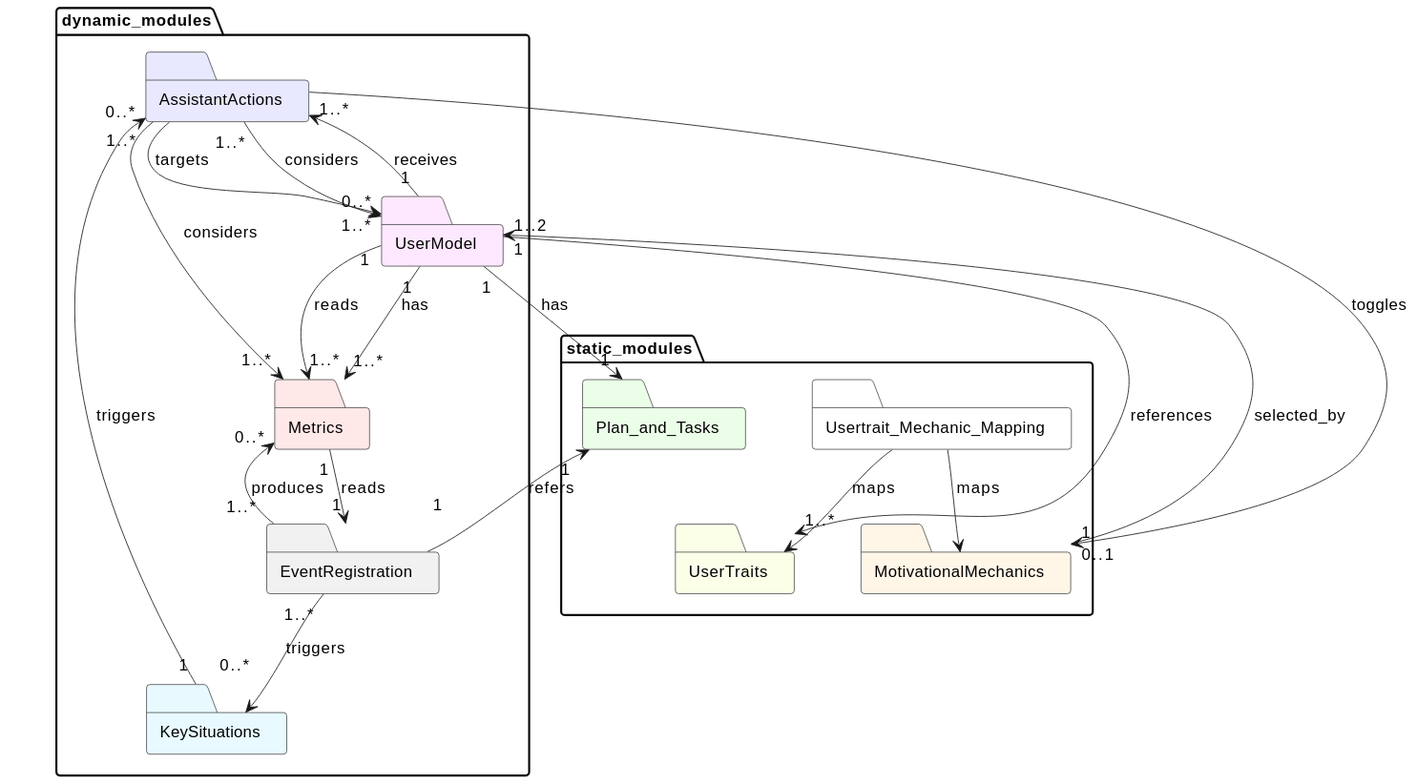
The PlantUML diagram out/UML_HighLevel/master_highlevel/master_highlevel.svg in Maks-stack/ontology, before a commit. The source it was exported from:
```plantuml
@startuml
skinparam shadowing false
hide stereotype
hide empty members
skinparam nodesep 50
skinparam ranksep 40
skinparam ArrowThickness 0.6
skinparam defaultFontSize 12
skinparam FolderBorderColor #333333
skinparam FolderBackgroundColor #ffffff
skinparam folder<<dynamic>> BackgroundColor #fff7e6
skinparam folder<<dynamic>> BorderColor #d46b08
skinparam folder<<static>> BackgroundColor #f0f5ff
skinparam folder<<static>> BorderColor #1d39c4

package static_modules {
  folder "MotivationalMechanics" as MotivationalMechanics <<static>> #fff6e8
  folder "Usertrait_Mechanic_Mapping" as Usertrait_Mechanic_Mapping <<static>> #ffffff
  folder "Plan_and_Tasks" as Plan_and_Tasks <<static>> #ebffe8ff
  folder "UserTraits" as UserTraits <<static>> #fcffe8ff
}
package dynamic_modules {
  folder "AssistantActions" as AssistantActions <<dynamic>> #e8e8ff
  folder "EventRegistration" as EventRegistration <<dynamic>> #f1f1f1
  folder "KeySituations" as KeySituations <<dynamic>> #e8faff
  folder "Metrics" as Metrics <<dynamic>> #ffe8e8
  folder "UserModel" as UserModel <<dynamic>> #fde8ffff
}


AssistantActions --> "0..1" MotivationalMechanics : toggles
Usertrait_Mechanic_Mapping --> MotivationalMechanics : maps
Usertrait_Mechanic_Mapping --> UserTraits : maps
MotivationalMechanics "1" --> "1..2" UserModel : selected_by
AssistantActions --> "0..*" UserModel : targets
AssistantActions "1..*" --> "1..*" Metrics : considers
AssistantActions "1..*" --> "1..*" UserModel : considers
EventRegistration "1..*" --> "0..*" KeySituations : triggers
EventRegistration "1..*" --> "0..*" Metrics : produces
KeySituations "1" --> "0..*" AssistantActions : triggers
UserModel "1" --> "1..*" Metrics : reads
UserModel "1" --> "1..*" UserTraits : references
UserModel "1" --> "1..*" Metrics : has
UserModel "1" --> "1..*" AssistantActions : receives
UserModel "1" --> "1" Plan_and_Tasks : "has"
EventRegistration "1" --> "1" Plan_and_Tasks : "refers"
Metrics "1" --> "1" EventRegistration : "reads"
@enduml
```
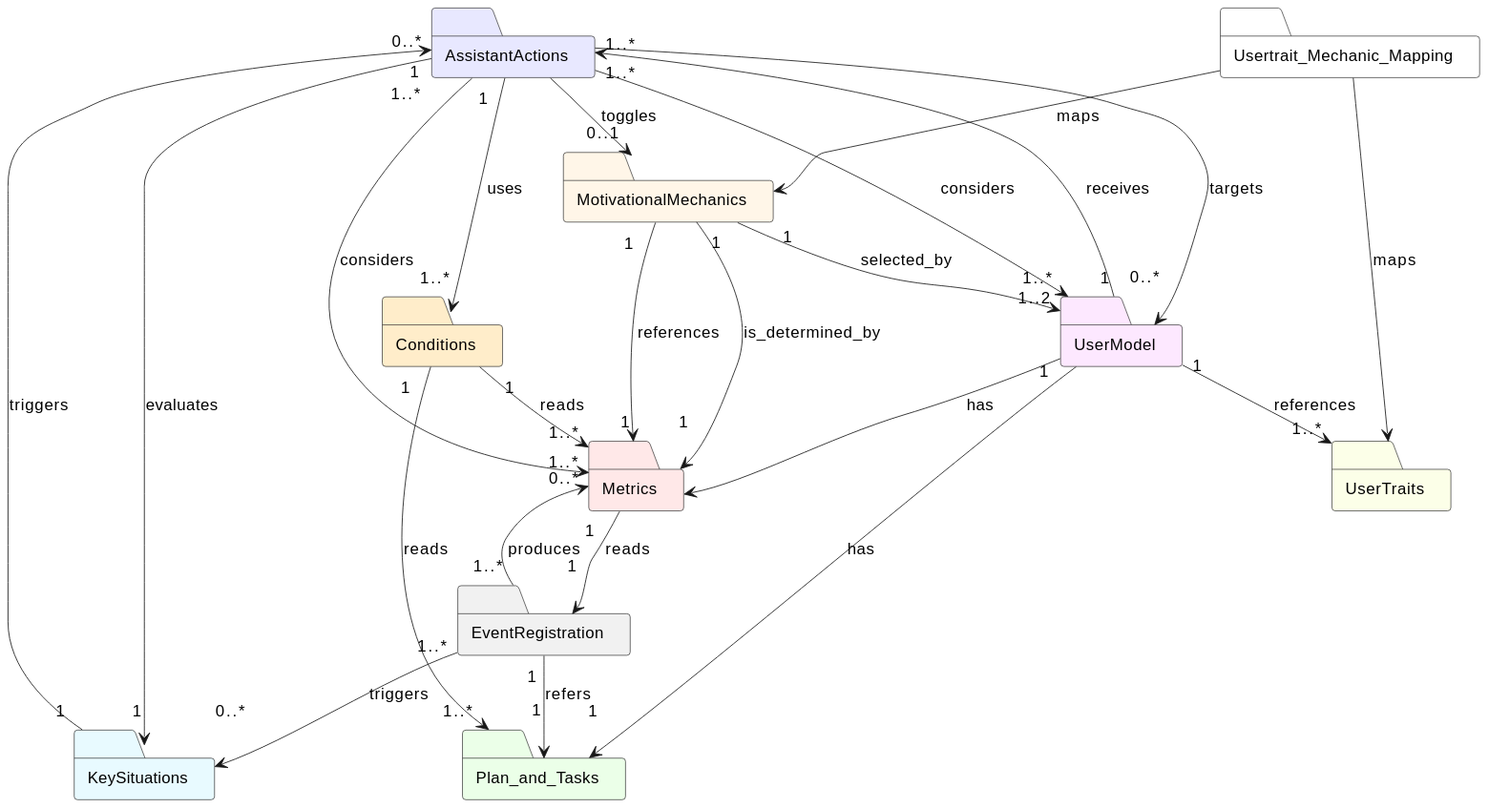
The same file after the commit.

Change to the diagram source:
```diff
@@ -13,36 +13,37 @@
 skinparam folder<<static>> BackgroundColor #f0f5ff
 skinparam folder<<static>> BorderColor #1d39c4
 
-package static_modules {
-  folder "MotivationalMechanics" as MotivationalMechanics <<static>> #fff6e8
-  folder "Usertrait_Mechanic_Mapping" as Usertrait_Mechanic_Mapping <<static>> #ffffff
-  folder "Plan_and_Tasks" as Plan_and_Tasks <<static>> #ebffe8ff
-  folder "UserTraits" as UserTraits <<static>> #fcffe8ff
-}
-package dynamic_modules {
-  folder "AssistantActions" as AssistantActions <<dynamic>> #e8e8ff
-  folder "EventRegistration" as EventRegistration <<dynamic>> #f1f1f1
-  folder "KeySituations" as KeySituations <<dynamic>> #e8faff
-  folder "Metrics" as Metrics <<dynamic>> #ffe8e8
-  folder "UserModel" as UserModel <<dynamic>> #fde8ffff
-}
+folder "AssistantActions" as AssistantActions <<dynamic>> #e8e8ff
+folder "Conditions" as Conditions #ffedcaff
+folder "EventRegistration" as EventRegistration <<dynamic>> #f1f1f1
+folder "KeySituations" as KeySituations <<dynamic>> #e8faff
+folder "Metrics" as Metrics <<dynamic>> #ffe8e8
+folder "MotivationalMechanics" as MotivationalMechanics <<static>> #fff6e8
+folder "Usertrait_Mechanic_Mapping" as Usertrait_Mechanic_Mapping <<static>> #ffffff
+folder "Plan_and_Tasks" as Plan_and_Tasks <<static>> #ebffe8ff
+folder "UserModel" as UserModel <<dynamic>> #fde8ffff
+folder "UserTraits" as UserTraits <<static>> #fcffe8ff
 
-
-AssistantActions --> "0..1" MotivationalMechanics : toggles
 Usertrait_Mechanic_Mapping --> MotivationalMechanics : maps
 Usertrait_Mechanic_Mapping --> UserTraits : maps
 MotivationalMechanics "1" --> "1..2" UserModel : selected_by
+AssistantActions --> "0..1" MotivationalMechanics : toggles
 AssistantActions --> "0..*" UserModel : targets
 AssistantActions "1..*" --> "1..*" Metrics : considers
 AssistantActions "1..*" --> "1..*" UserModel : considers
 EventRegistration "1..*" --> "0..*" KeySituations : triggers
 EventRegistration "1..*" --> "0..*" Metrics : produces
 KeySituations "1" --> "0..*" AssistantActions : triggers
-UserModel "1" --> "1..*" Metrics : reads
 UserModel "1" --> "1..*" UserTraits : references
-UserModel "1" --> "1..*" Metrics : has
 UserModel "1" --> "1..*" AssistantActions : receives
+UserModel --> Metrics : "has"
 UserModel "1" --> "1" Plan_and_Tasks : "has"
 EventRegistration "1" --> "1" Plan_and_Tasks : "refers"
 Metrics "1" --> "1" EventRegistration : "reads"
+MotivationalMechanics "1" --> "1" Metrics : "is_determined_by"
+MotivationalMechanics "1" --> "1" Metrics : "references"
+AssistantActions "1" --> "1..*" Conditions : uses
+AssistantActions "1" --> "1" KeySituations : evaluates
+Conditions "1" --> "1..*" Metrics : reads
+Conditions "1" --> "1..*" Plan_and_Tasks : reads
 @enduml
```
